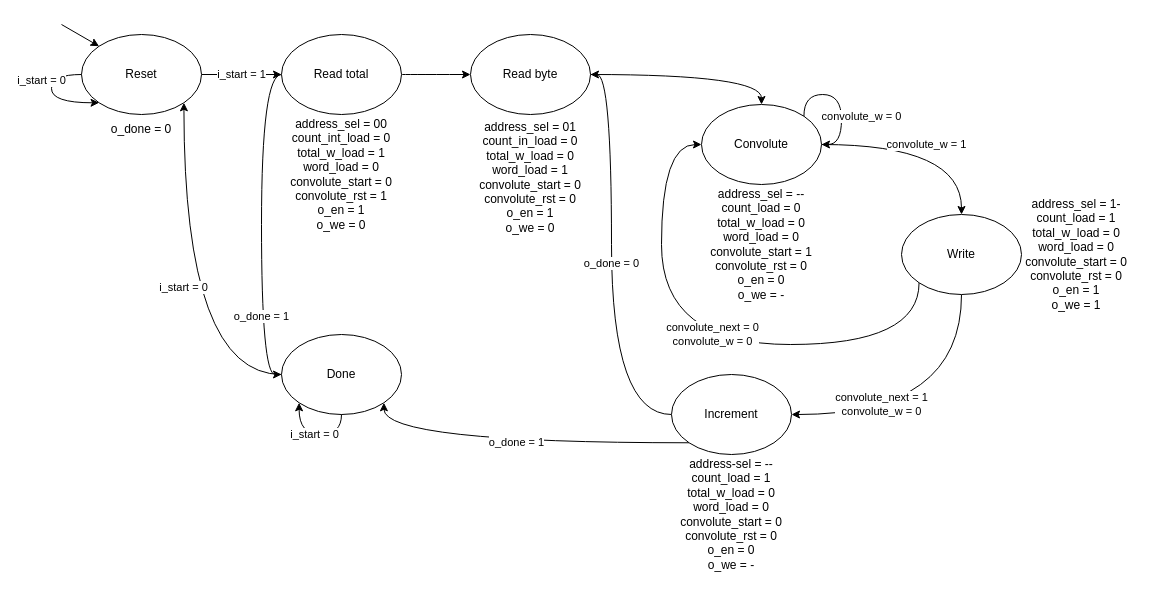
Earlier version of the draw.io diagram page "StateMachine" (2 of 2) of doc/diagrams.drawio (alexbradd/progetto_rl_2122). Source tidied: cells renumbered, new cells numbered last; positions are measured from the earlier drawing's top-left corner, leaving out a move shared by most shapes. Both pictures are drawn from the tidied source at 100%, with x=0, y=0 at pixel (51, 24).
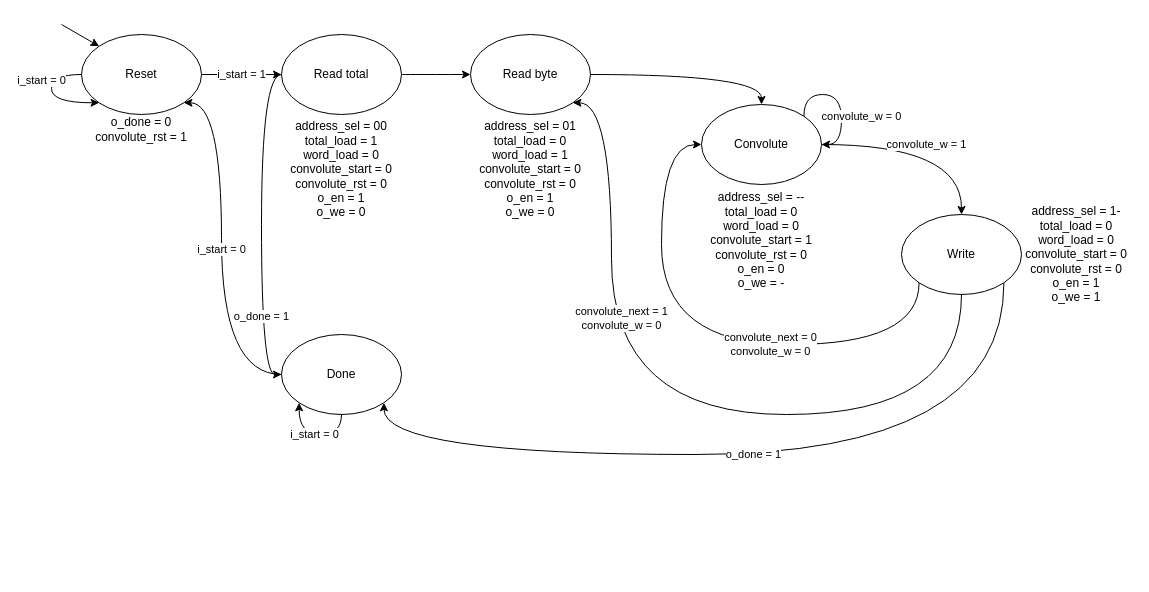
The same diagram, later.

The change refers to these unchanged cells:
```xml
<mxCell id="3" value="Reset" style="ellipse;whiteSpace=wrap;html=1;rounded=0;glass=0;sketch=0;fillColor=#FFFFFF;" parent="1" vertex="1">
  <mxGeometry x="30" y="10" width="120" height="80" as="geometry" />
</mxCell>
<mxCell id="11" value="Read byte" style="ellipse;whiteSpace=wrap;html=1;rounded=0;glass=0;sketch=0;fillColor=#FFFFFF;" parent="1" vertex="1">
  <mxGeometry x="419" y="10" width="120" height="80" as="geometry" />
</mxCell>
<mxCell id="13" value="Done" style="ellipse;whiteSpace=wrap;html=1;rounded=0;glass=0;sketch=0;fillColor=#FFFFFF;" parent="1" vertex="1">
  <mxGeometry x="230" y="310" width="120" height="80" as="geometry" />
</mxCell>
<mxCell id="18" value="Convolute" style="ellipse;whiteSpace=wrap;html=1;rounded=0;glass=0;sketch=0;fillColor=#FFFFFF;" parent="1" vertex="1">
  <mxGeometry x="650" y="80" width="120" height="80" as="geometry" />
</mxCell>
<mxCell id="27" value="Write" style="ellipse;whiteSpace=wrap;html=1;" parent="1" vertex="1">
  <mxGeometry x="850" y="190" width="120" height="80" as="geometry" />
</mxCell>
```

What changed in the source:
```diff
@@
-    <mxCell id="9" value="address_sel = 00&lt;br&gt;count_int_load = 0&lt;br&gt;total_w_load = 1&lt;br&gt;word_load = 0&lt;br&gt;convolute_start = 0&lt;br&gt;convolute_rst = 1&lt;br&gt;o_en = 1&lt;br&gt;o_we = 0" style="text;html=1;strokeColor=none;fillColor=none;align=center;verticalAlign=middle;whiteSpace=wrap;rounded=0;glass=0;sketch=0;" parent="1" vertex="1">
-      <mxGeometry x="235" y="90" width="110" height="120" as="geometry" />
+    <mxCell id="9" value="address_sel = 00&lt;br&gt;total_load = 1&lt;br&gt;word_load = 0&lt;br&gt;convolute_start = 0&lt;br&gt;convolute_rst = 0&lt;br&gt;o_en = 1&lt;br&gt;o_we = 0" style="text;html=1;strokeColor=none;fillColor=none;align=center;verticalAlign=middle;whiteSpace=wrap;rounded=0;glass=0;sketch=0;" parent="1" vertex="1">
+      <mxGeometry x="235" y="90" width="110" height="110" as="geometry" />
     </mxCell>
@@
     <mxCell id="12" value="i_start = 0" style="edgeStyle=orthogonalEdgeStyle;rounded=1;sketch=0;jettySize=auto;html=1;exitX=0;exitY=0.5;exitDx=0;exitDy=0;entryX=1;entryY=1;entryDx=0;entryDy=0;startArrow=none;startFill=0;curved=1;" parent="1" edge="1" source="13" target="3">
-      <mxGeometry relative="1" as="geometry" />
+      <mxGeometry relative="1" as="geometry">
+        <Array as="points">
+          <mxPoint x="170" y="350" />
+          <mxPoint x="170" y="78" />
+        </Array>
+      </mxGeometry>
     </mxCell>
@@
-    <mxCell id="14" value="o_done = 0" style="text;html=1;strokeColor=none;fillColor=none;align=center;verticalAlign=middle;whiteSpace=wrap;rounded=0;glass=0;sketch=0;" parent="1" vertex="1">
-      <mxGeometry x="50" y="90" width="80" height="30" as="geometry" />
+    <mxCell id="14" value="o_done = 0&lt;br&gt;convolute_rst = 1" style="text;html=1;strokeColor=none;fillColor=none;align=center;verticalAlign=middle;whiteSpace=wrap;rounded=0;glass=0;sketch=0;" parent="1" vertex="1">
+      <mxGeometry x="35" y="90" width="110" height="30" as="geometry" />
     </mxCell>
-    <mxCell id="15" value="address_sel = 01&lt;br&gt;count_in_load = 0&lt;br&gt;total_w_load = 0&lt;br&gt;word_load = 1&lt;br&gt;convolute_start = 0&lt;br&gt;convolute_rst = 0&lt;br&gt;o_en = 1&lt;br&gt;o_we = 0" style="text;html=1;strokeColor=none;fillColor=none;align=center;verticalAlign=middle;whiteSpace=wrap;rounded=0;glass=0;sketch=0;" parent="1" vertex="1">
-      <mxGeometry x="424" y="90" width="110" height="125" as="geometry" />
+    <mxCell id="15" value="address_sel = 01&lt;br&gt;total_load = 0&lt;br&gt;word_load = 1&lt;br&gt;convolute_start = 0&lt;br&gt;convolute_rst = 0&lt;br&gt;o_en = 1&lt;br&gt;o_we = 0" style="text;html=1;strokeColor=none;fillColor=none;align=center;verticalAlign=middle;whiteSpace=wrap;rounded=0;glass=0;sketch=0;" parent="1" vertex="1">
+      <mxGeometry x="424" y="90" width="110" height="110" as="geometry" />
     </mxCell>
-    <mxCell id="16" value="convolute_next = 1&lt;br&gt;convolute_w = 0" style="edgeStyle=orthogonalEdgeStyle;rounded=1;jettySize=auto;html=1;entryX=1;entryY=0.5;entryDx=0;entryDy=0;startArrow=none;startFill=0;endArrow=classic;endFill=1;elbow=vertical;curved=1;exitX=0.5;exitY=1;exitDx=0;exitDy=0;" parent="1" edge="1" source="27" target="24">
+    <mxCell id="16" value="convolute_next = 1&lt;br&gt;convolute_w = 0" style="edgeStyle=orthogonalEdgeStyle;rounded=1;jettySize=auto;html=1;entryX=1;entryY=1;entryDx=0;entryDy=0;startArrow=none;startFill=0;endArrow=classic;endFill=1;elbow=vertical;curved=1;exitX=0.5;exitY=1;exitDx=0;exitDy=0;" parent="1" edge="1" source="27" target="11">
       <mxGeometry x="0.38" y="-10" relative="1" as="geometry">
         <Array as="points">
           <mxPoint x="910" y="390" />
+          <mxPoint x="560" y="390" />
+          <mxPoint x="560" y="78" />
         </Array>
       </mxGeometry>
     </mxCell>
@@
-    <mxCell id="20" value="address_sel = --&lt;br&gt;count_load = 0&lt;br&gt;total_w_load = 0&lt;br&gt;word_load = 0&lt;br&gt;convolute_start = 1&lt;br&gt;convolute_rst = 0&lt;br&gt;o_en = 0&lt;br&gt;o_we = -" style="text;html=1;strokeColor=none;fillColor=none;align=center;verticalAlign=middle;whiteSpace=wrap;rounded=0;glass=0;sketch=0;" parent="1" vertex="1">
-      <mxGeometry x="655" y="161.5" width="110" height="117" as="geometry" />
+    <mxCell id="20" value="address_sel = --&lt;br&gt;total_load = 0&lt;br&gt;word_load = 0&lt;br&gt;convolute_start = 1&lt;br&gt;convolute_rst = 0&lt;br&gt;o_en = 0&lt;br&gt;o_we = -" style="text;html=1;strokeColor=none;fillColor=none;align=center;verticalAlign=middle;whiteSpace=wrap;rounded=0;glass=0;sketch=0;" parent="1" vertex="1">
+      <mxGeometry x="655" y="161.5" width="110" height="108.5" as="geometry" />
     </mxCell>
@@
-    <mxCell id="22" value="o_done = 0" style="edgeStyle=orthogonalEdgeStyle;curved=1;rounded=1;jettySize=auto;html=1;exitX=0;exitY=0.5;exitDx=0;exitDy=0;entryX=1;entryY=0.5;entryDx=0;entryDy=0;startArrow=none;startFill=0;endArrow=classic;endFill=1;elbow=vertical;" parent="1" edge="1" source="24" target="11">
-      <mxGeometry relative="1" as="geometry">
-        <Array as="points">
-          <mxPoint x="560" y="390" />
-          <mxPoint x="560" y="50" />
-        </Array>
-      </mxGeometry>
-    </mxCell>
-    <mxCell id="23" value="o_done = 1" style="edgeStyle=orthogonalEdgeStyle;curved=1;rounded=1;jettySize=auto;html=1;exitX=0;exitY=1;exitDx=0;exitDy=0;entryX=1;entryY=1;entryDx=0;entryDy=0;startArrow=none;startFill=0;endArrow=classic;endFill=1;elbow=vertical;" parent="1" edge="1" source="24" target="13">
+    <mxCell id="23" value="o_done = 1" style="edgeStyle=orthogonalEdgeStyle;curved=1;rounded=1;jettySize=auto;html=1;exitX=1;exitY=1;exitDx=0;exitDy=0;entryX=1;entryY=1;entryDx=0;entryDy=0;startArrow=none;startFill=0;endArrow=classic;endFill=1;elbow=vertical;" parent="1" edge="1" source="27" target="13">
       <mxGeometry relative="1" as="geometry">
         <Array as="points">
-          <mxPoint x="332" y="418" />
+          <mxPoint x="952" y="430" />
+          <mxPoint x="332" y="430" />
         </Array>
       </mxGeometry>
     </mxCell>
-    <mxCell id="24" value="Increment" style="ellipse;whiteSpace=wrap;html=1;" parent="1" vertex="1">
-      <mxGeometry x="620" y="350" width="120" height="80" as="geometry" />
-    </mxCell>
-    <mxCell id="25" value="address-sel = --&lt;br&gt;count_load = 1&lt;br&gt;total_w_load = 0&lt;br&gt;word_load = 0&lt;br&gt;convolute_start = 0&lt;br&gt;convolute_rst = 0&lt;br&gt;o_en = 0&lt;br&gt;o_we = -" style="text;html=1;strokeColor=none;fillColor=none;align=center;verticalAlign=middle;whiteSpace=wrap;rounded=0;glass=0;sketch=0;" parent="1" vertex="1">
-      <mxGeometry x="625" y="430" width="110" height="120" as="geometry" />
-    </mxCell>
     <mxCell id="26" value="convolute_next = 0&lt;br&gt;convolute_w = 0" style="edgeStyle=orthogonalEdgeStyle;curved=1;rounded=0;jettySize=auto;html=1;exitX=0;exitY=1;exitDx=0;exitDy=0;entryX=0;entryY=0.5;entryDx=0;entryDy=0;startArrow=none;startFill=0;endArrow=classic;endFill=1;elbow=vertical;" parent="1" edge="1" source="27" target="18">
-      <mxGeometry x="-0.04" y="-10" relative="1" as="geometry">
+      <mxGeometry x="-0.25" relative="1" as="geometry">
         <Array as="points">
           <mxPoint x="868" y="320" />
           <mxPoint x="610" y="320" />
           <mxPoint x="610" y="120" />
         </Array>
       </mxGeometry>
     </mxCell>
@@
-    <mxCell id="28" value="address_sel = 1-&lt;br&gt;count_load = 1&lt;br&gt;total_w_load = 0&lt;br&gt;word_load = 0&lt;br&gt;convolute_start = 0&lt;br&gt;convolute_rst = 0&lt;br&gt;o_en = 1&lt;br&gt;o_we = 1" style="text;html=1;strokeColor=none;fillColor=none;align=center;verticalAlign=middle;whiteSpace=wrap;rounded=0;glass=0;sketch=0;" parent="1" vertex="1">
+    <mxCell id="28" value="address_sel = 1-&lt;br&gt;total_load = 0&lt;br&gt;word_load = 0&lt;br&gt;convolute_start = 0&lt;br&gt;convolute_rst = 0&lt;br&gt;o_en = 1&lt;br&gt;o_we = 1" style="text;html=1;strokeColor=none;fillColor=none;align=center;verticalAlign=middle;whiteSpace=wrap;rounded=0;glass=0;sketch=0;" parent="1" vertex="1">
       <mxGeometry x="970" y="171.5" width="110" height="117" as="geometry" />
     </mxCell>
```
